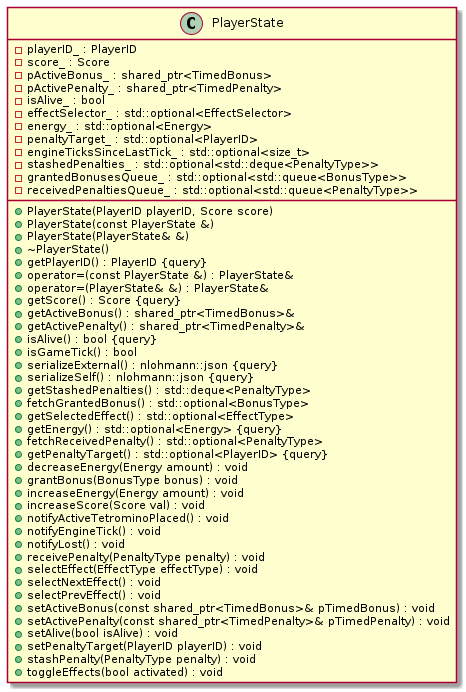
The PlantUML diagram res/uml/class/PlayerStateClass.png in ulb-info2-group5/Royal-Blocks, before a commit. Its source is kept beside it as doc/uml/class/game/tetris_royal_lib/PlayerStateClass.plantuml. Source of this version:
```plantuml
@startuml PlayerStateClass

class PlayerState {
	+PlayerState(PlayerID playerID, Score score)
	+PlayerState(const PlayerState &)
	+PlayerState(PlayerState& &)
	+~PlayerState()
	+getPlayerID() : PlayerID {query}
	-playerID_ : PlayerID
	+operator=(const PlayerState &) : PlayerState&
	+operator=(PlayerState& &) : PlayerState&
	+getScore() : Score {query}
	-score_ : Score
	-pActiveBonus_ : shared_ptr<TimedBonus>
	+getActiveBonus() : shared_ptr<TimedBonus>&
	-pActivePenalty_ : shared_ptr<TimedPenalty>
	+getActivePenalty() : shared_ptr<TimedPenalty>&
	+isAlive() : bool {query}
	-isAlive_ : bool
	+isGameTick() : bool
	+serializeExternal() : nlohmann::json {query}
	+serializeSelf() : nlohmann::json {query}
	+getStashedPenalties() : std::deque<PenaltyType>
	+fetchGrantedBonus() : std::optional<BonusType>
	-effectSelector_ : std::optional<EffectSelector>
	+getSelectedEffect() : std::optional<EffectType>
	-energy_ : std::optional<Energy>
	+getEnergy() : std::optional<Energy> {query}
	+fetchReceivedPenalty() : std::optional<PenaltyType>
	+getPenaltyTarget() : std::optional<PlayerID> {query}
	-penaltyTarget_ : std::optional<PlayerID>
	-engineTicksSinceLastTick_ : std::optional<size_t>
	-stashedPenalties_ : std::optional<std::deque<PenaltyType>>
	-grantedBonusesQueue_ : std::optional<std::queue<BonusType>>
	-receivedPenaltiesQueue_ : std::optional<std::queue<PenaltyType>>
	+decreaseEnergy(Energy amount) : void
	+grantBonus(BonusType bonus) : void
	+increaseEnergy(Energy amount) : void
	+increaseScore(Score val) : void
	+notifyActiveTetrominoPlaced() : void
	+notifyEngineTick() : void
	+notifyLost() : void
	+receivePenalty(PenaltyType penalty) : void
	+selectEffect(EffectType effectType) : void
	+selectNextEffect() : void
	+selectPrevEffect() : void
	+setActiveBonus(const shared_ptr<TimedBonus>& pTimedBonus) : void
	+setActivePenalty(const shared_ptr<TimedPenalty>& pTimedPenalty) : void
	+setAlive(bool isAlive) : void
	+setPenaltyTarget(PlayerID playerID) : void
	+stashPenalty(PenaltyType penalty) : void
	+toggleEffects(bool activated) : void
}

@enduml
```
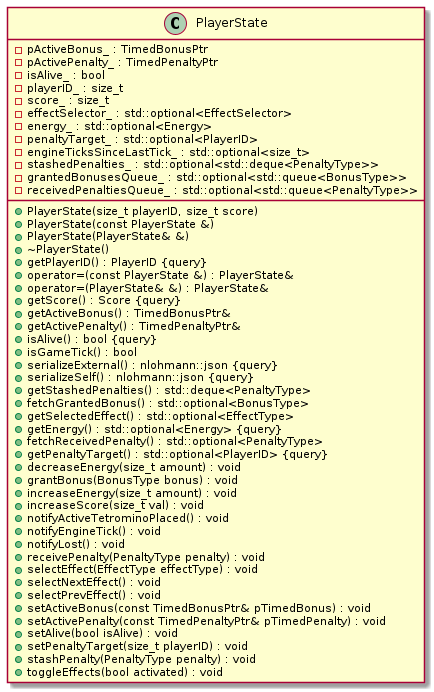
The same file after the commit.

Diff of the diagram source:
```diff
@@ -1,16 +1,19 @@
 @startuml PlayerStateClass
 
+
+
+
+
+
 class PlayerState {
-	+PlayerState(PlayerID playerID, Score score)
+	+PlayerState(size_t playerID, size_t score)
 	+PlayerState(const PlayerState &)
 	+PlayerState(PlayerState& &)
 	+~PlayerState()
 	+getPlayerID() : PlayerID {query}
-	-playerID_ : PlayerID
 	+operator=(const PlayerState &) : PlayerState&
 	+operator=(PlayerState& &) : PlayerState&
 	+getScore() : Score {query}
-	-score_ : Score
 	-pActiveBonus_ : shared_ptr<TimedBonus>
 	+getActiveBonus() : shared_ptr<TimedBonus>&
 	-pActivePenalty_ : shared_ptr<TimedPenalty>
@@ -20,6 +23,8 @@
 	+isGameTick() : bool
 	+serializeExternal() : nlohmann::json {query}
 	+serializeSelf() : nlohmann::json {query}
+	-playerID_ : size_t
+	-score_ : size_t
 	+getStashedPenalties() : std::deque<PenaltyType>
 	+fetchGrantedBonus() : std::optional<BonusType>
 	-effectSelector_ : std::optional<EffectSelector>
@@ -33,10 +38,10 @@
 	-stashedPenalties_ : std::optional<std::deque<PenaltyType>>
 	-grantedBonusesQueue_ : std::optional<std::queue<BonusType>>
 	-receivedPenaltiesQueue_ : std::optional<std::queue<PenaltyType>>
-	+decreaseEnergy(Energy amount) : void
+	+decreaseEnergy(size_t amount) : void
 	+grantBonus(BonusType bonus) : void
-	+increaseEnergy(Energy amount) : void
-	+increaseScore(Score val) : void
+	+increaseEnergy(size_t amount) : void
+	+increaseScore(size_t val) : void
 	+notifyActiveTetrominoPlaced() : void
 	+notifyEngineTick() : void
 	+notifyLost() : void
@@ -47,9 +52,25 @@
 	+setActiveBonus(const shared_ptr<TimedBonus>& pTimedBonus) : void
 	+setActivePenalty(const shared_ptr<TimedPenalty>& pTimedPenalty) : void
 	+setAlive(bool isAlive) : void
-	+setPenaltyTarget(PlayerID playerID) : void
+	+setPenaltyTarget(size_t playerID) : void
 	+stashPenalty(PenaltyType penalty) : void
 	+toggleEffects(bool activated) : void
 }
 
+
+
+
+
+
+
+
+
+
+
+
+
+
+
+
+
 @enduml
```
